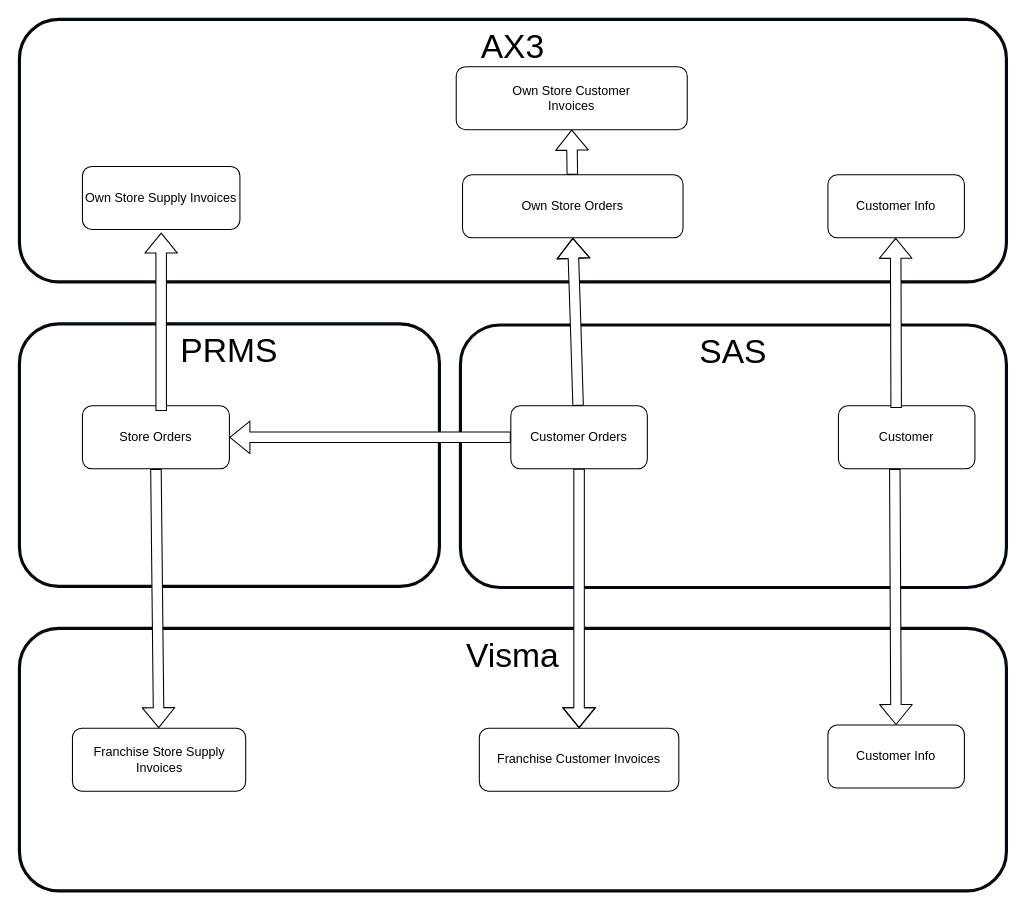
Earlier version of the draw.io diagram page "Nobia Supply" (1 of 5) of Franchise.drawio (mrf742002/Diagrams). Source tidied: cells renumbered, new cells numbered last; positions are measured from the earlier drawing's top-left corner, leaving out a move shared by most shapes. Both pictures are drawn from the tidied source at 105%, with x=0, y=0 at pixel (19, 19).
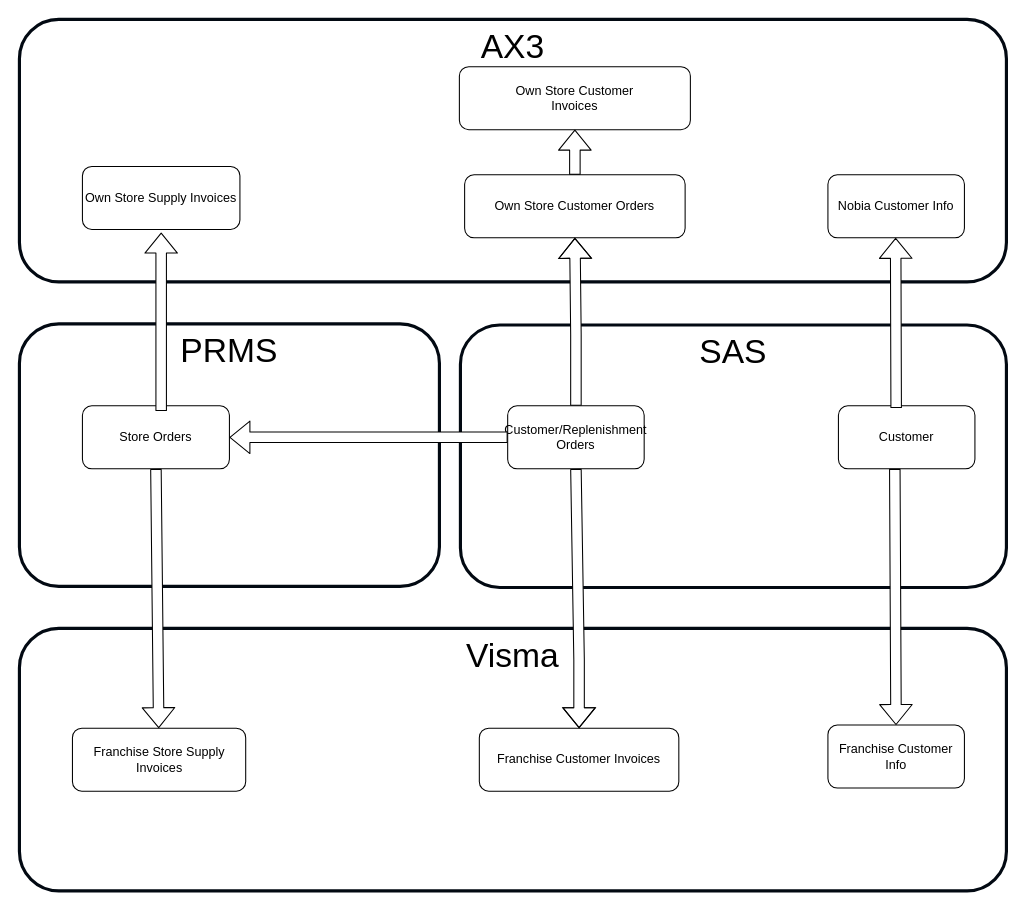
Above is the later version.

Change to the diagram source:
```diff
@@
-    <mxCell id="9" value="Customer Orders" style="rounded=1;whiteSpace=wrap;html=1;" parent="1" vertex="1">
-      <mxGeometry x="468" y="368" width="130" height="60" as="geometry" />
+    <mxCell id="9" value="Customer/Replenishment Orders" style="rounded=1;whiteSpace=wrap;html=1;" parent="1" vertex="1">
+      <mxGeometry x="465" y="368" width="130" height="60" as="geometry" />
     </mxCell>
-    <mxCell id="10" value="Own Store Orders" style="rounded=1;whiteSpace=wrap;html=1;" parent="1" vertex="1">
-      <mxGeometry x="422" y="148" width="210" height="60" as="geometry" />
+    <mxCell id="10" value="Own Store Customer Orders" style="rounded=1;whiteSpace=wrap;html=1;" parent="1" vertex="1">
+      <mxGeometry x="424" y="148" width="210" height="60" as="geometry" />
     </mxCell>
     <mxCell id="11" value="Own Store Customer&lt;br&gt;Invoices" style="rounded=1;whiteSpace=wrap;html=1;" parent="1" vertex="1">
-      <mxGeometry x="416" y="45" width="220" height="60" as="geometry" />
+      <mxGeometry x="419" y="45" width="220" height="60" as="geometry" />
     </mxCell>
@@
-    <mxCell id="20" value="Customer Info" style="rounded=1;whiteSpace=wrap;html=1;" parent="1" vertex="1">
+    <mxCell id="20" value="Nobia Customer Info" style="rounded=1;whiteSpace=wrap;html=1;" parent="1" vertex="1">
       <mxGeometry x="770" y="148" width="130" height="60" as="geometry" />
     </mxCell>
-    <mxCell id="21" value="Customer Info" style="rounded=1;whiteSpace=wrap;html=1;" parent="1" vertex="1">
+    <mxCell id="21" value="Franchise Customer Info" style="rounded=1;whiteSpace=wrap;html=1;" parent="1" vertex="1">
       <mxGeometry x="770" y="672" width="130" height="60" as="geometry" />
     </mxCell>
```
